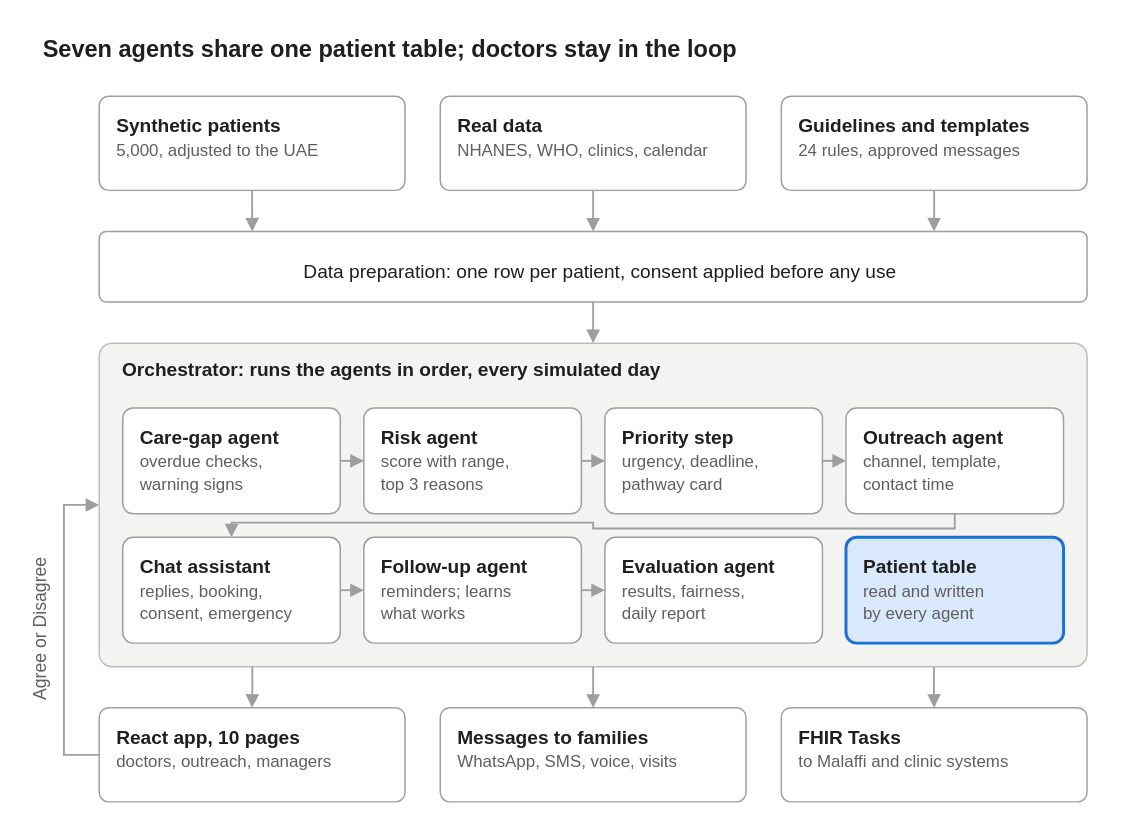
Before: page "3 Seven agents" (3 of 3) of docs/diagrams/all_diagrams.drawio in Smarttechk/Hack2Skill_Precision-Prevention, a draw.io diagram. Source tidied: cells renumbered, new cells numbered last; positions are measured from the earlier drawing's top-left corner, leaving out a move shared by most shapes. Both pictures are drawn from the tidied source at 147%, with x=0, y=0 at pixel (-49, 25).
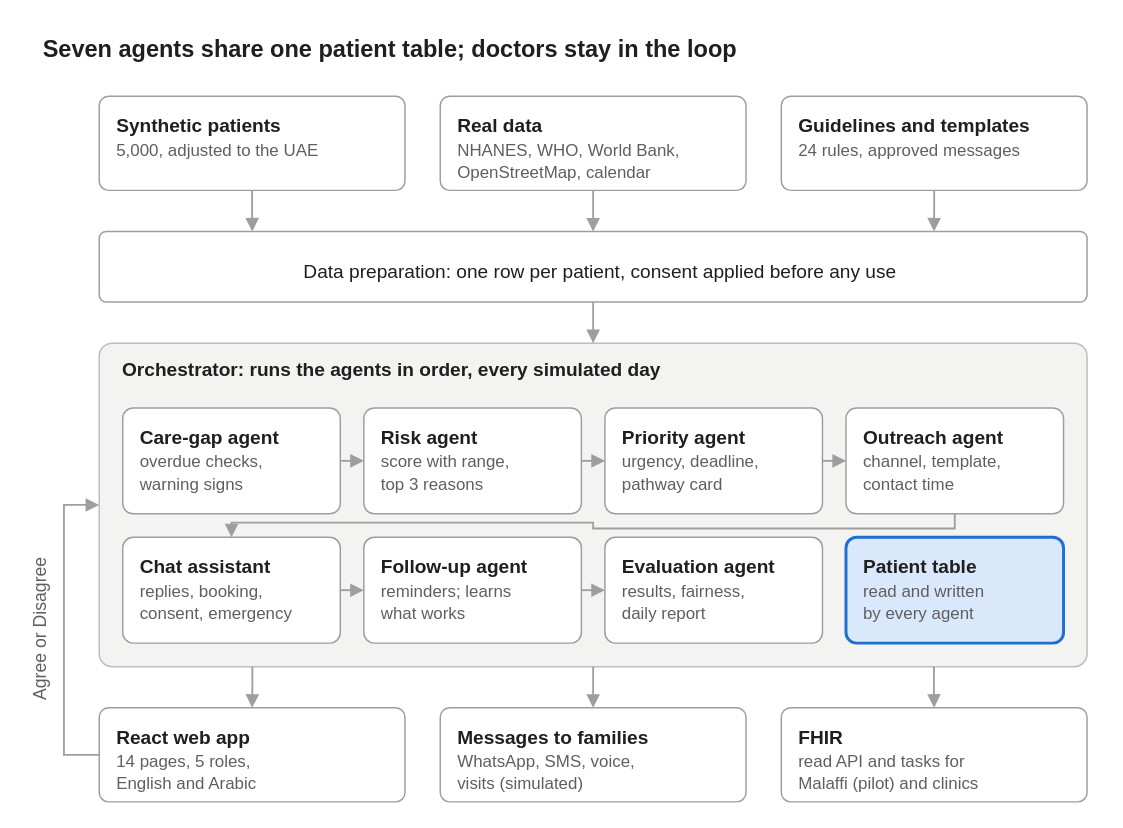
The same page after the edit.

Unchanged cells that the change refers to:
```xml
<mxCell id="7" value="Orchestrator: runs the agents in order, every simulated day" style="rounded=1;whiteSpace=wrap;html=1;arcSize=4;align=left;verticalAlign=top;spacingLeft=14;spacingTop=4;fontStyle=1;fillColor=#F3F3F1;strokeColor=#BDBDBD;fontColor=#1F1F1F;fontSize=13;fontFamily=Helvetica;" parent="1" vertex="1">
  <mxGeometry x="100" y="216" width="672" height="220" as="geometry" />
</mxCell>
```

The edit, as a diff of the source:
```diff
@@
-    <mxCell id="4" value="&lt;b&gt;Real data&lt;/b&gt;&lt;br&gt;&lt;font style=&quot;font-size:11.5px&quot; color=&quot;#5F5F5F&quot;&gt;NHANES, WHO, clinics, calendar&lt;/font&gt;" style="rounded=1;whiteSpace=wrap;html=1;arcSize=10;align=left;verticalAlign=top;spacingLeft=10;spacingTop=6;fillColor=#FFFFFF;strokeColor=#9E9E9E;fontColor=#1F1F1F;fontSize=13;fontFamily=Helvetica;" parent="1" vertex="1">
+    <mxCell id="4" value="&lt;b&gt;Real data&lt;/b&gt;&lt;br&gt;&lt;font style=&quot;font-size:11.5px&quot; color=&quot;#5F5F5F&quot;&gt;NHANES, WHO, World Bank,&lt;/font&gt;&lt;br&gt;&lt;font style=&quot;font-size:11.5px&quot; color=&quot;#5F5F5F&quot;&gt;OpenStreetMap, calendar&lt;/font&gt;" style="rounded=1;whiteSpace=wrap;html=1;arcSize=10;align=left;verticalAlign=top;spacingLeft=10;spacingTop=6;fillColor=#FFFFFF;strokeColor=#9E9E9E;fontColor=#1F1F1F;fontSize=13;fontFamily=Helvetica;" parent="1" vertex="1">
       <mxGeometry x="332" y="48" width="208" height="64" as="geometry" />
     </mxCell>
@@
-    <mxCell id="10" value="&lt;b&gt;Priority step&lt;/b&gt;&lt;br&gt;&lt;font style=&quot;font-size:11.5px&quot; color=&quot;#5F5F5F&quot;&gt;urgency, deadline,&lt;/font&gt;&lt;br&gt;&lt;font style=&quot;font-size:11.5px&quot; color=&quot;#5F5F5F&quot;&gt;pathway card&lt;/font&gt;" style="rounded=1;whiteSpace=wrap;html=1;arcSize=10;align=left;verticalAlign=top;spacingLeft=10;spacingTop=6;fillColor=#FFFFFF;strokeColor=#9E9E9E;fontColor=#1F1F1F;fontSize=13;fontFamily=Helvetica;" parent="7" vertex="1">
+    <mxCell id="10" value="&lt;b&gt;Priority agent&lt;/b&gt;&lt;br&gt;&lt;font style=&quot;font-size:11.5px&quot; color=&quot;#5F5F5F&quot;&gt;urgency, deadline,&lt;/font&gt;&lt;br&gt;&lt;font style=&quot;font-size:11.5px&quot; color=&quot;#5F5F5F&quot;&gt;pathway card&lt;/font&gt;" style="rounded=1;whiteSpace=wrap;html=1;arcSize=10;align=left;verticalAlign=top;spacingLeft=10;spacingTop=6;fillColor=#FFFFFF;strokeColor=#9E9E9E;fontColor=#1F1F1F;fontSize=13;fontFamily=Helvetica;" parent="7" vertex="1">
       <mxGeometry x="344" y="44" width="148" height="72" as="geometry" />
     </mxCell>
@@
-    <mxCell id="22" value="&lt;b&gt;React app, 10 pages&lt;/b&gt;&lt;br&gt;&lt;font style=&quot;font-size:11.5px&quot; color=&quot;#5F5F5F&quot;&gt;doctors, outreach, managers&lt;/font&gt;" style="rounded=1;whiteSpace=wrap;html=1;arcSize=10;align=left;verticalAlign=top;spacingLeft=10;spacingTop=6;fillColor=#FFFFFF;strokeColor=#9E9E9E;fontColor=#1F1F1F;fontSize=13;fontFamily=Helvetica;" parent="1" vertex="1">
+    <mxCell id="22" value="&lt;b&gt;React web app&lt;/b&gt;&lt;br&gt;&lt;font style=&quot;font-size:11.5px&quot; color=&quot;#5F5F5F&quot;&gt;14 pages, 5 roles,&lt;/font&gt;&lt;br&gt;&lt;font style=&quot;font-size:11.5px&quot; color=&quot;#5F5F5F&quot;&gt;English and Arabic&lt;/font&gt;" style="rounded=1;whiteSpace=wrap;html=1;arcSize=10;align=left;verticalAlign=top;spacingLeft=10;spacingTop=6;fillColor=#FFFFFF;strokeColor=#9E9E9E;fontColor=#1F1F1F;fontSize=13;fontFamily=Helvetica;" parent="1" vertex="1">
       <mxGeometry x="100" y="464" width="208" height="64" as="geometry" />
     </mxCell>
-    <mxCell id="23" value="&lt;b&gt;Messages to families&lt;/b&gt;&lt;br&gt;&lt;font style=&quot;font-size:11.5px&quot; color=&quot;#5F5F5F&quot;&gt;WhatsApp, SMS, voice, visits&lt;/font&gt;" style="rounded=1;whiteSpace=wrap;html=1;arcSize=10;align=left;verticalAlign=top;spacingLeft=10;spacingTop=6;fillColor=#FFFFFF;strokeColor=#9E9E9E;fontColor=#1F1F1F;fontSize=13;fontFamily=Helvetica;" parent="1" vertex="1">
+    <mxCell id="23" value="&lt;b&gt;Messages to families&lt;/b&gt;&lt;br&gt;&lt;font style=&quot;font-size:11.5px&quot; color=&quot;#5F5F5F&quot;&gt;WhatsApp, SMS, voice,&lt;/font&gt;&lt;br&gt;&lt;font style=&quot;font-size:11.5px&quot; color=&quot;#5F5F5F&quot;&gt;visits (simulated)&lt;/font&gt;" style="rounded=1;whiteSpace=wrap;html=1;arcSize=10;align=left;verticalAlign=top;spacingLeft=10;spacingTop=6;fillColor=#FFFFFF;strokeColor=#9E9E9E;fontColor=#1F1F1F;fontSize=13;fontFamily=Helvetica;" parent="1" vertex="1">
       <mxGeometry x="332" y="464" width="208" height="64" as="geometry" />
     </mxCell>
-    <mxCell id="24" value="&lt;b&gt;FHIR Tasks&lt;/b&gt;&lt;br&gt;&lt;font style=&quot;font-size:11.5px&quot; color=&quot;#5F5F5F&quot;&gt;to Malaffi and clinic systems&lt;/font&gt;" style="rounded=1;whiteSpace=wrap;html=1;arcSize=10;align=left;verticalAlign=top;spacingLeft=10;spacingTop=6;fillColor=#FFFFFF;strokeColor=#9E9E9E;fontColor=#1F1F1F;fontSize=13;fontFamily=Helvetica;" parent="1" vertex="1">
+    <mxCell id="24" value="&lt;b&gt;FHIR&lt;/b&gt;&lt;br&gt;&lt;font style=&quot;font-size:11.5px&quot; color=&quot;#5F5F5F&quot;&gt;read API and tasks for&lt;/font&gt;&lt;br&gt;&lt;font style=&quot;font-size:11.5px&quot; color=&quot;#5F5F5F&quot;&gt;Malaffi (pilot) and clinics&lt;/font&gt;" style="rounded=1;whiteSpace=wrap;html=1;arcSize=10;align=left;verticalAlign=top;spacingLeft=10;spacingTop=6;fillColor=#FFFFFF;strokeColor=#9E9E9E;fontColor=#1F1F1F;fontSize=13;fontFamily=Helvetica;" parent="1" vertex="1">
       <mxGeometry x="564" y="464" width="208" height="64" as="geometry" />
     </mxCell>
```
